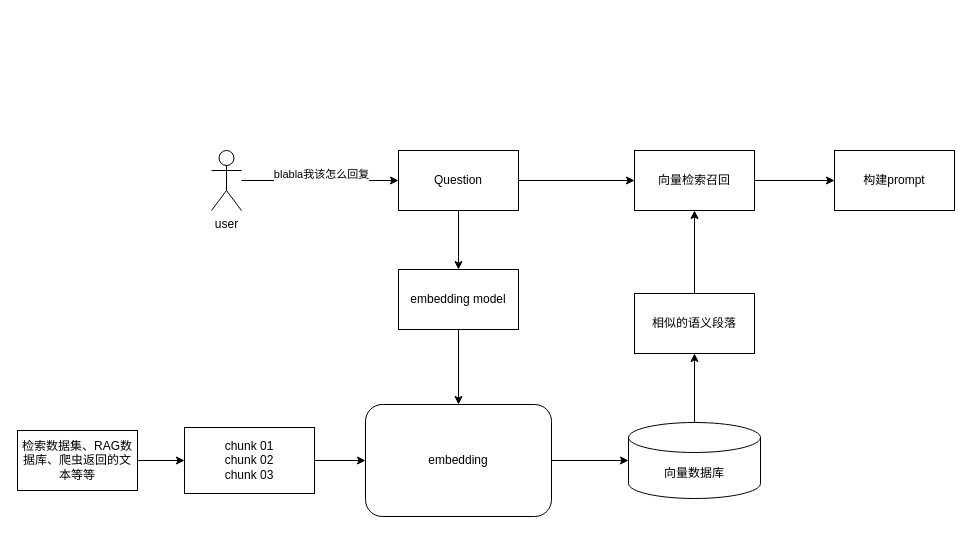
The draw.io diagram architechture.drawio in CaptainCCCP/Draw-io-cloud, before the edit. Source tidied: cells renumbered, new cells numbered last; positions are measured from the earlier drawing's top-left corner, leaving out a move shared by most shapes. Both pictures are drawn from the tidied source at 100%, with x=0, y=0 at pixel (17, 150).
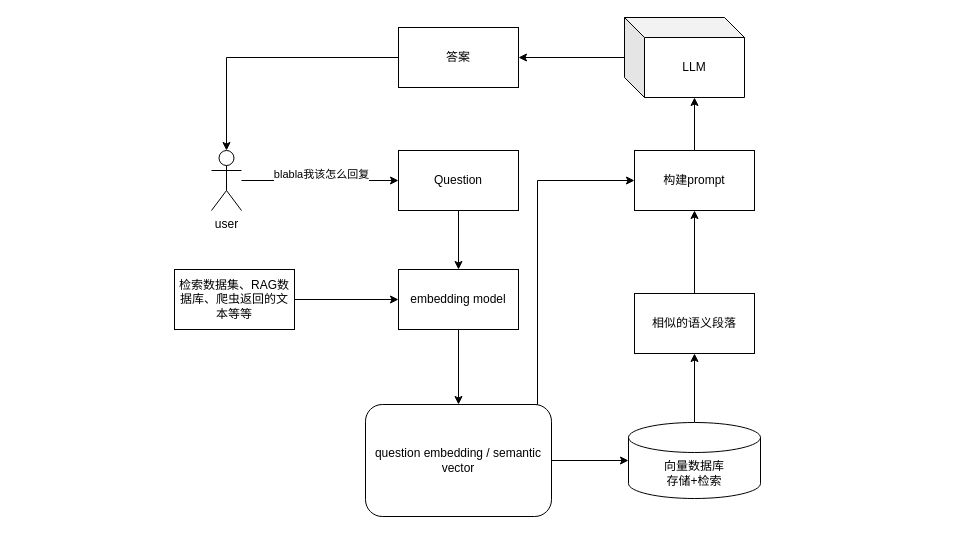
The same diagram, later.

The change refers to these unchanged cells:
```xml
<mxCell id="4" value="user" style="shape=umlActor;verticalLabelPosition=bottom;verticalAlign=top;html=1;outlineConnect=0;" parent="1" vertex="1">
  <mxGeometry x="194" width="30" height="60" as="geometry" />
</mxCell>
<mxCell id="7" value="Question" style="rounded=0;whiteSpace=wrap;html=1;" parent="1" vertex="1">
  <mxGeometry x="381" width="120" height="60" as="geometry" />
</mxCell>
<mxCell id="9" value="embedding model" style="whiteSpace=wrap;html=1;rounded=0;" parent="1" vertex="1">
  <mxGeometry x="381" y="119" width="120" height="60" as="geometry" />
</mxCell>
<mxCell id="19" value="相似的语义段落" style="whiteSpace=wrap;html=1;" parent="1" vertex="1">
  <mxGeometry x="617" y="143" width="120" height="60" as="geometry" />
</mxCell>
```

The edit, as a diff of the source:
```diff
@@
-    <mxCell id="6" style="edgeStyle=orthogonalEdgeStyle;rounded=0;jettySize=auto;html=1;" parent="1" edge="1" source="7" target="21">
-      <mxGeometry relative="1" as="geometry" />
-    </mxCell>
@@
+    <mxCell id="23" style="edgeStyle=orthogonalEdgeStyle;rounded=0;jettySize=auto;html=1;exitX=0.75;exitY=0;exitDx=0;exitDy=0;entryX=0;entryY=0.5;entryDx=0;entryDy=0;" parent="1" edge="1" source="10" target="22">
+      <mxGeometry relative="1" as="geometry">
+        <Array as="points">
+          <mxPoint x="520" y="254" />
+          <mxPoint x="520" y="30" />
+        </Array>
+      </mxGeometry>
+    </mxCell>
-    <mxCell id="10" value="embedding" style="rounded=1;whiteSpace=wrap;html=1;" parent="1" vertex="1">
+    <mxCell id="10" value="question embedding / semantic vector" style="rounded=1;whiteSpace=wrap;html=1;" parent="1" vertex="1">
       <mxGeometry x="348" y="254" width="186" height="112" as="geometry" />
     </mxCell>
-    <mxCell id="11" style="edgeStyle=orthogonalEdgeStyle;rounded=0;jettySize=auto;html=1;entryX=0;entryY=0.5;entryDx=0;entryDy=0;" parent="1" edge="1" source="12" target="10">
-      <mxGeometry relative="1" as="geometry" />
-    </mxCell>
-    <mxCell id="12" value="chunk 01&lt;br&gt;chunk 02&lt;br&gt;chunk 03" style="whiteSpace=wrap;html=1;" parent="1" vertex="1">
-      <mxGeometry x="167" y="277" width="130" height="66" as="geometry" />
-    </mxCell>
-    <mxCell id="13" style="edgeStyle=orthogonalEdgeStyle;rounded=0;jettySize=auto;html=1;entryX=0;entryY=0.5;entryDx=0;entryDy=0;" parent="1" edge="1" source="14" target="12">
-      <mxGeometry relative="1" as="geometry" />
-    </mxCell>
+    <mxCell id="24" style="edgeStyle=orthogonalEdgeStyle;rounded=0;jettySize=auto;html=1;entryX=0;entryY=0.5;entryDx=0;entryDy=0;" parent="1" edge="1" source="14" target="9">
+      <mxGeometry relative="1" as="geometry" />
+    </mxCell>
     <mxCell id="14" value="检索数据集、RAG数据库、爬虫返回的文本等等" style="whiteSpace=wrap;html=1;" parent="1" vertex="1">
-      <mxGeometry y="280" width="120" height="60" as="geometry" />
+      <mxGeometry x="157" y="119" width="120" height="60" as="geometry" />
     </mxCell>
@@
-    <mxCell id="16" value="向量数据库" style="shape=cylinder3;whiteSpace=wrap;html=1;boundedLbl=1;backgroundOutline=1;size=15;" parent="1" vertex="1">
+    <mxCell id="16" value="向量数据库&lt;br&gt;存储+检索" style="shape=cylinder3;whiteSpace=wrap;html=1;boundedLbl=1;backgroundOutline=1;size=15;" parent="1" vertex="1">
       <mxGeometry x="611" y="272" width="132" height="76" as="geometry" />
     </mxCell>
@@
-    <mxCell id="18" style="edgeStyle=orthogonalEdgeStyle;rounded=0;jettySize=auto;html=1;exitX=0.5;exitY=0;exitDx=0;exitDy=0;entryX=0.5;entryY=1;entryDx=0;entryDy=0;" parent="1" edge="1" source="19" target="21">
-      <mxGeometry relative="1" as="geometry" />
-    </mxCell>
+    <mxCell id="25" style="edgeStyle=orthogonalEdgeStyle;rounded=0;jettySize=auto;html=1;exitX=0.5;exitY=0;exitDx=0;exitDy=0;entryX=0.5;entryY=1;entryDx=0;entryDy=0;" parent="1" edge="1" source="19" target="22">
+      <mxGeometry relative="1" as="geometry" />
+    </mxCell>
@@
-    <mxCell id="20" style="edgeStyle=orthogonalEdgeStyle;rounded=0;jettySize=auto;html=1;" parent="1" edge="1" source="21" target="22">
-      <mxGeometry relative="1" as="geometry" />
-    </mxCell>
-    <mxCell id="21" value="向量检索召回" style="whiteSpace=wrap;html=1;rounded=0;" parent="1" vertex="1">
-      <mxGeometry x="617" width="120" height="60" as="geometry" />
-    </mxCell>
     <mxCell id="22" value="构建prompt" style="whiteSpace=wrap;html=1;rounded=0;" parent="1" vertex="1">
-      <mxGeometry x="817" width="120" height="60" as="geometry" />
+      <mxGeometry x="617" width="120" height="60" as="geometry" />
     </mxCell>
+    <mxCell id="26" style="edgeStyle=orthogonalEdgeStyle;rounded=0;jettySize=auto;html=1;entryX=1;entryY=0.5;entryDx=0;entryDy=0;" parent="1" edge="1" source="27" target="28">
+      <mxGeometry relative="1" as="geometry" />
+    </mxCell>
+    <mxCell id="27" value="LLM" style="shape=cube;whiteSpace=wrap;html=1;boundedLbl=1;backgroundOutline=1;darkOpacity=0.05;darkOpacity2=0.1;" parent="1" vertex="1">
+      <mxGeometry x="607" y="-133" width="120" height="80" as="geometry" />
+    </mxCell>
+    <mxCell id="28" value="答案" style="whiteSpace=wrap;html=1;" parent="1" vertex="1">
+      <mxGeometry x="381" y="-123" width="120" height="60" as="geometry" />
+    </mxCell>
+    <mxCell id="29" style="edgeStyle=orthogonalEdgeStyle;rounded=0;jettySize=auto;html=1;exitX=0.5;exitY=0;exitDx=0;exitDy=0;entryX=0;entryY=0;entryDx=70;entryDy=80;entryPerimeter=0;" parent="1" edge="1" source="22" target="27">
+      <mxGeometry relative="1" as="geometry" />
+    </mxCell>
+    <mxCell id="30" style="edgeStyle=orthogonalEdgeStyle;rounded=0;jettySize=auto;html=1;entryX=0.5;entryY=0;entryDx=0;entryDy=0;entryPerimeter=0;" parent="1" edge="1" source="28" target="4">
+      <mxGeometry relative="1" as="geometry" />
+    </mxCell>
```
